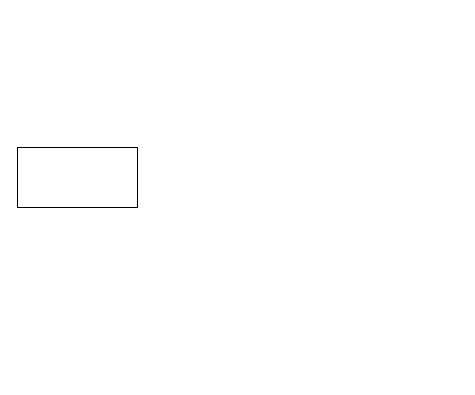
The draw.io diagram first.drawio in summmur/MyFlowcharts, before the edit. Source tidied: cells renumbered, new cells numbered last; positions are measured from the earlier drawing's top-left corner, leaving out a move shared by most shapes. Both pictures are drawn from the tidied source at 100%, with x=0, y=0 at pixel (17, 147).
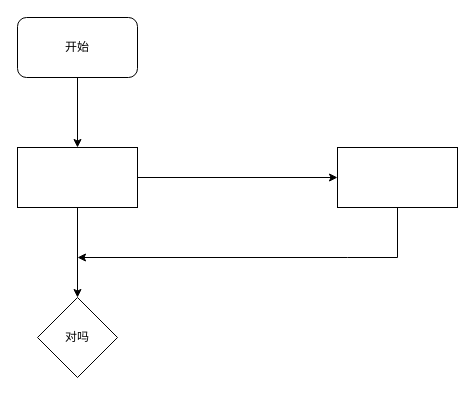
Above is the later version.

The edit, as a diff of the source:
```diff
@@
 <mxGraphModel>
   <root>
     <mxCell id="0" />
     <mxCell id="1" parent="0" />
+    <mxCell id="3" style="edgeStyle=orthogonalEdgeStyle;rounded=0;jettySize=auto;html=1;" parent="1" edge="1" source="2" target="5">
+      <mxGeometry relative="1" as="geometry" />
+    </mxCell>
+    <mxCell id="4" style="edgeStyle=orthogonalEdgeStyle;rounded=0;jettySize=auto;html=1;entryX=0;entryY=0.5;entryDx=0;entryDy=0;" parent="1" edge="1" source="2" target="9">
+      <mxGeometry relative="1" as="geometry" />
+    </mxCell>
     <mxCell id="2" style="rounded=0;whiteSpace=wrap;html=1;" parent="1" vertex="1">
       <mxGeometry width="120" height="60" as="geometry" />
     </mxCell>
+    <mxCell id="5" value="对吗" style="rhombus;whiteSpace=wrap;html=1;" parent="1" vertex="1">
+      <mxGeometry x="20" y="150" width="80" height="80" as="geometry" />
+    </mxCell>
+    <mxCell id="6" style="edgeStyle=orthogonalEdgeStyle;rounded=0;jettySize=auto;html=1;" parent="1" edge="1" source="7" target="2">
+      <mxGeometry relative="1" as="geometry" />
+    </mxCell>
+    <mxCell id="7" value="开始" style="rounded=1;whiteSpace=wrap;html=1;" parent="1" vertex="1">
+      <mxGeometry y="-130" width="120" height="60" as="geometry" />
+    </mxCell>
+    <mxCell id="8" style="jettySize=auto;html=1;exitX=0.5;exitY=1;exitDx=0;exitDy=0;strokeColor=default;rounded=0;edgeStyle=orthogonalEdgeStyle;" parent="1" edge="1" source="9">
+      <mxGeometry relative="1" as="geometry">
+        <mxPoint x="60" y="110" as="targetPoint" />
+        <Array as="points">
+          <mxPoint x="330" y="110" />
+          <mxPoint x="60" y="110" />
+        </Array>
+      </mxGeometry>
+    </mxCell>
+    <mxCell id="9" style="rounded=0;whiteSpace=wrap;html=1;" parent="1" vertex="1">
+      <mxGeometry x="320" width="120" height="60" as="geometry" />
+    </mxCell>
   </root>
 </mxGraphModel>
```
